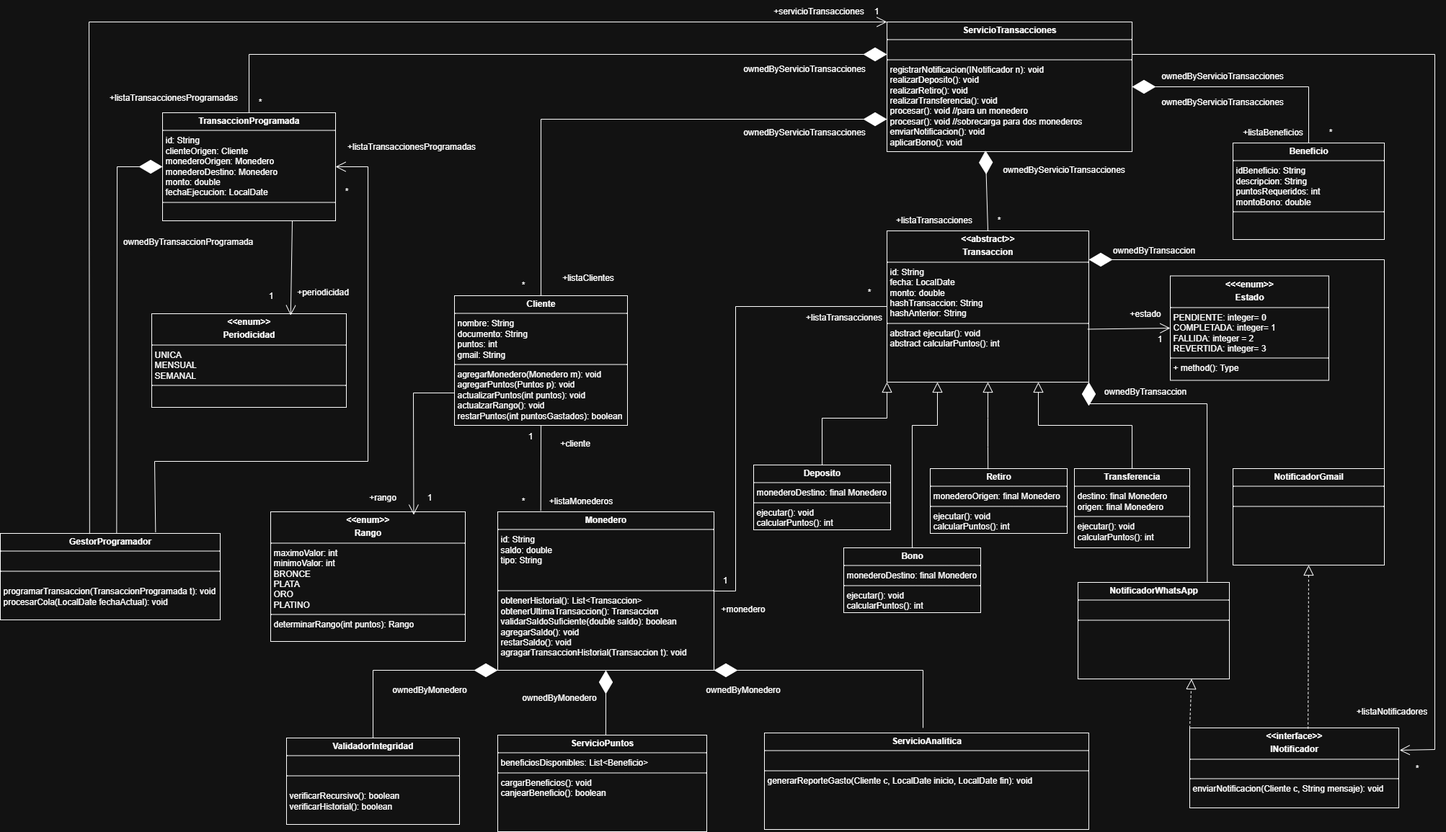
Before: Diagrama UML.png, a diagram exported from draw.io (MiguelGarciaVilla/ProyectoFinalMonedero). Source tidied: cells renumbered, new cells last; positions are measured from the earlier drawing's top-left corner, leaving out a move shared by most shapes.
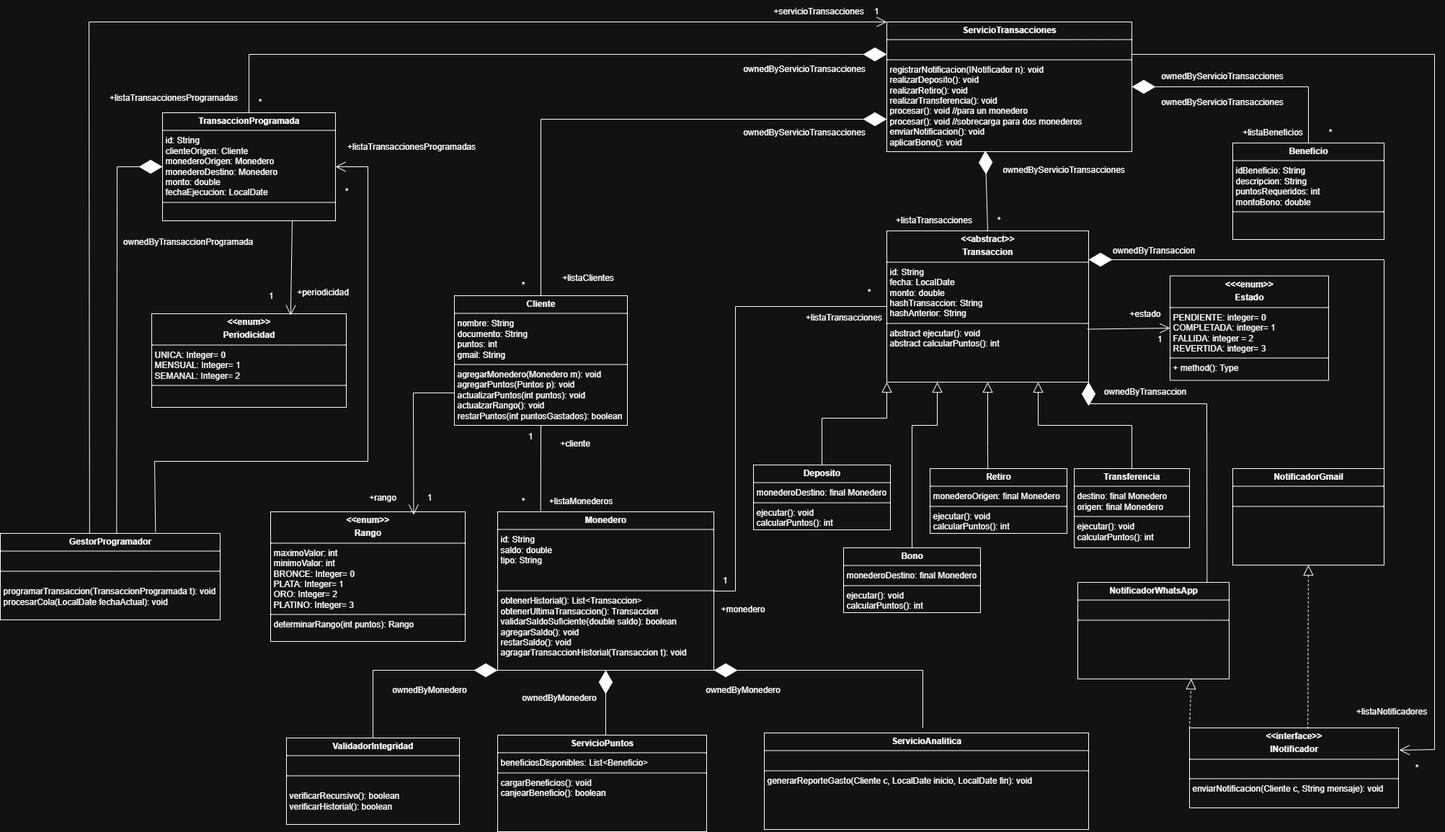
The same file after the commit.

Commit message:
Diagrama Corregido

Change to the diagram source:
```diff
@@ -11,7 +11,7 @@
     <mxCell id="4" value="&lt;p style=&quot;margin:0px;margin-top:4px;text-align:center;&quot;&gt;&lt;b&gt;&amp;lt;&amp;lt;abstract&amp;gt;&amp;gt;&lt;/b&gt;&lt;/p&gt;&lt;p style=&quot;margin:0px;margin-top:4px;text-align:center;&quot;&gt;&lt;b&gt;Transaccion&lt;/b&gt;&lt;/p&gt;&lt;hr size=&quot;1&quot; style=&quot;border-style:solid;&quot;&gt;&lt;p style=&quot;margin:0px;margin-left:4px;&quot;&gt;id: String&lt;/p&gt;&lt;p style=&quot;margin:0px;margin-left:4px;&quot;&gt;fecha: LocalDate&lt;/p&gt;&lt;p style=&quot;margin:0px;margin-left:4px;&quot;&gt;monto: double&lt;/p&gt;&lt;p style=&quot;margin:0px;margin-left:4px;&quot;&gt;hashTransaccion: String&lt;/p&gt;&lt;p style=&quot;margin:0px;margin-left:4px;&quot;&gt;hashAnterior: String&lt;/p&gt;&lt;hr size=&quot;1&quot; style=&quot;border-style:solid;&quot;&gt;&lt;p style=&quot;margin:0px;margin-left:4px;&quot;&gt;&lt;span style=&quot;background-color: transparent; color: light-dark(rgb(0, 0, 0), rgb(255, 255, 255));&quot;&gt;abstract&lt;/span&gt;&lt;span style=&quot;background-color: transparent; color: light-dark(rgb(0, 0, 0), rgb(255, 255, 255));&quot;&gt;&amp;nbsp;&lt;/span&gt;ejecutar(): void&lt;/p&gt;&lt;p style=&quot;margin:0px;margin-left:4px;&quot;&gt;&lt;span style=&quot;background-color: transparent; color: light-dark(rgb(0, 0, 0), rgb(255, 255, 255));&quot;&gt;abstract&lt;/span&gt;&lt;span style=&quot;background-color: transparent; color: light-dark(rgb(0, 0, 0), rgb(255, 255, 255));&quot;&gt;&amp;nbsp;&lt;/span&gt;calcularPuntos(): int&lt;/p&gt;" style="verticalAlign=top;align=left;overflow=fill;html=1;whiteSpace=wrap;" parent="1" vertex="1">
       <mxGeometry x="1230" y="320" width="280" height="210" as="geometry" />
     </mxCell>
-    <mxCell id="5" value="&lt;p style=&quot;margin:0px;margin-top:4px;text-align:center;&quot;&gt;&lt;b&gt;&amp;lt;&amp;lt;enum&amp;gt;&amp;gt;&lt;/b&gt;&lt;/p&gt;&lt;p style=&quot;margin:0px;margin-top:4px;text-align:center;&quot;&gt;&lt;b&gt;Rango&lt;/b&gt;&lt;/p&gt;&lt;hr size=&quot;1&quot; style=&quot;border-style:solid;&quot;&gt;&lt;p style=&quot;margin:0px;margin-left:4px;&quot;&gt;maximoValor: int&lt;/p&gt;&lt;p style=&quot;margin:0px;margin-left:4px;&quot;&gt;minimoValor: int&lt;/p&gt;&lt;p style=&quot;margin:0px;margin-left:4px;&quot;&gt;BRONCE&lt;br&gt;PLATA&lt;br&gt;ORO&lt;br&gt;PLATINO&lt;/p&gt;&lt;hr size=&quot;1&quot; style=&quot;border-style:solid;&quot;&gt;&lt;p style=&quot;margin:0px;margin-left:4px;&quot;&gt;determinarRango(int puntos): Rango&lt;/p&gt;" style="verticalAlign=top;align=left;overflow=fill;html=1;whiteSpace=wrap;" parent="1" vertex="1">
+    <mxCell id="5" value="&lt;p style=&quot;margin:0px;margin-top:4px;text-align:center;&quot;&gt;&lt;b&gt;&amp;lt;&amp;lt;enum&amp;gt;&amp;gt;&lt;/b&gt;&lt;/p&gt;&lt;p style=&quot;margin:0px;margin-top:4px;text-align:center;&quot;&gt;&lt;b&gt;Rango&lt;/b&gt;&lt;/p&gt;&lt;hr size=&quot;1&quot; style=&quot;border-style:solid;&quot;&gt;&lt;p style=&quot;margin:0px;margin-left:4px;&quot;&gt;maximoValor: int&lt;/p&gt;&lt;p style=&quot;margin:0px;margin-left:4px;&quot;&gt;minimoValor: int&lt;/p&gt;&lt;p style=&quot;margin:0px;margin-left:4px;&quot;&gt;BRONCE: Integer= 0&lt;br&gt;PLATA: Integer= 1&lt;br&gt;ORO: Integer= 2&lt;br&gt;PLATINO: Integer= 3&lt;/p&gt;&lt;hr size=&quot;1&quot; style=&quot;border-style:solid;&quot;&gt;&lt;p style=&quot;margin:0px;margin-left:4px;&quot;&gt;determinarRango(int puntos): Rango&lt;/p&gt;" style="verticalAlign=top;align=left;overflow=fill;html=1;whiteSpace=wrap;" parent="1" vertex="1">
       <mxGeometry x="375" y="710" width="270" height="180" as="geometry" />
     </mxCell>
     <mxCell id="6" value="&lt;p style=&quot;margin:0px;margin-top:4px;text-align:center;&quot;&gt;&lt;b&gt;Monedero&lt;/b&gt;&lt;/p&gt;&lt;hr size=&quot;1&quot; style=&quot;border-style:solid;&quot;&gt;&lt;p style=&quot;margin:0px;margin-left:4px;&quot;&gt;id: String&lt;/p&gt;&lt;p style=&quot;margin:0px;margin-left:4px;&quot;&gt;saldo: double&lt;/p&gt;&lt;p style=&quot;margin:0px;margin-left:4px;&quot;&gt;tipo: String&lt;/p&gt;&lt;p style=&quot;margin:0px;margin-left:4px;&quot;&gt;&lt;br&gt;&lt;/p&gt;&lt;p style=&quot;margin:0px;margin-left:4px;&quot;&gt;&lt;br&gt;&lt;/p&gt;&lt;hr size=&quot;1&quot; style=&quot;border-style:solid;&quot;&gt;&lt;p style=&quot;margin:0px;margin-left:4px;&quot;&gt;obtenerHistorial(): List&amp;lt;Transaccion&amp;gt;&lt;/p&gt;&lt;p style=&quot;margin:0px;margin-left:4px;&quot;&gt;obtenerUltimaTransaccion(): Transaccion&lt;/p&gt;&lt;p style=&quot;margin:0px;margin-left:4px;&quot;&gt;validarSaldoSuficiente(double saldo): boolean&lt;/p&gt;&lt;p style=&quot;margin:0px;margin-left:4px;&quot;&gt;agregarSaldo(): void&lt;/p&gt;&lt;p style=&quot;margin:0px;margin-left:4px;&quot;&gt;restarSaldo(): void&lt;/p&gt;&lt;p style=&quot;margin:0px;margin-left:4px;&quot;&gt;agragarTransaccionHistorial(Transaccion t): void&lt;/p&gt;&lt;p style=&quot;margin:0px;margin-left:4px;&quot;&gt;&lt;br&gt;&lt;/p&gt;" style="verticalAlign=top;align=left;overflow=fill;html=1;whiteSpace=wrap;" parent="1" vertex="1">
@@ -142,7 +142,7 @@
     <mxCell id="38" value="&lt;p style=&quot;margin:0px;margin-top:4px;text-align:center;&quot;&gt;&lt;b&gt;ServicioPuntos&lt;/b&gt;&lt;/p&gt;&lt;hr size=&quot;1&quot; style=&quot;border-style:solid;&quot;&gt;&lt;p style=&quot;margin:0px;margin-left:4px;&quot;&gt;beneficiosDisponibles: List&amp;lt;Beneficio&amp;gt;&lt;/p&gt;&lt;hr size=&quot;1&quot; style=&quot;border-style:solid;&quot;&gt;&lt;p style=&quot;margin:0px;margin-left:4px;&quot;&gt;cargarBeneficios(): void&lt;/p&gt;&lt;p style=&quot;margin:0px;margin-left:4px;&quot;&gt;canjearBeneficio(): boolean&lt;/p&gt;&lt;p style=&quot;margin:0px;margin-left:4px;&quot;&gt;&lt;br&gt;&lt;/p&gt;" style="verticalAlign=top;align=left;overflow=fill;html=1;whiteSpace=wrap;" parent="1" vertex="1">
       <mxGeometry x="690" y="1020" width="290" height="134" as="geometry" />
     </mxCell>
-    <mxCell id="39" value="&lt;p style=&quot;margin:0px;margin-top:4px;text-align:center;&quot;&gt;&lt;b&gt;&amp;lt;&amp;lt;enum&amp;gt;&amp;gt;&lt;/b&gt;&lt;/p&gt;&lt;p style=&quot;margin:0px;margin-top:4px;text-align:center;&quot;&gt;&lt;b&gt;Periodicidad&lt;/b&gt;&lt;/p&gt;&lt;hr size=&quot;1&quot; style=&quot;border-style:solid;&quot;&gt;&lt;p style=&quot;margin:0px;margin-left:4px;&quot;&gt;UNICA&lt;br&gt;MENSUAL&lt;br&gt;SEMANAL&lt;/p&gt;&lt;hr size=&quot;1&quot; style=&quot;border-style:solid;&quot;&gt;&lt;p style=&quot;margin:0px;margin-left:4px;&quot;&gt;&lt;br&gt;&lt;/p&gt;" style="verticalAlign=top;align=left;overflow=fill;html=1;whiteSpace=wrap;" parent="1" vertex="1">
+    <mxCell id="39" value="&lt;p style=&quot;margin:0px;margin-top:4px;text-align:center;&quot;&gt;&lt;b&gt;&amp;lt;&amp;lt;enum&amp;gt;&amp;gt;&lt;/b&gt;&lt;/p&gt;&lt;p style=&quot;margin:0px;margin-top:4px;text-align:center;&quot;&gt;&lt;b&gt;Periodicidad&lt;/b&gt;&lt;/p&gt;&lt;hr size=&quot;1&quot; style=&quot;border-style:solid;&quot;&gt;&lt;p style=&quot;margin:0px;margin-left:4px;&quot;&gt;UNICA: Integer= 0&lt;br&gt;MENSUAL: Integer= 1&lt;br&gt;SEMANAL: Integer= 2&lt;/p&gt;&lt;hr size=&quot;1&quot; style=&quot;border-style:solid;&quot;&gt;&lt;p style=&quot;margin:0px;margin-left:4px;&quot;&gt;&lt;br&gt;&lt;/p&gt;" style="verticalAlign=top;align=left;overflow=fill;html=1;whiteSpace=wrap;" parent="1" vertex="1">
       <mxGeometry x="210" y="435" width="270" height="130" as="geometry" />
     </mxCell>
     <mxCell id="40" value="&lt;p style=&quot;margin:0px;margin-top:4px;text-align:center;&quot;&gt;&lt;b&gt;TransaccionProgramada&lt;/b&gt;&lt;/p&gt;&lt;hr size=&quot;1&quot; style=&quot;border-style:solid;&quot;&gt;&lt;p style=&quot;margin:0px;margin-left:4px;&quot;&gt;id: String&lt;/p&gt;&lt;p style=&quot;margin:0px;margin-left:4px;&quot;&gt;clienteOrigen: Cliente&lt;/p&gt;&lt;p style=&quot;margin:0px;margin-left:4px;&quot;&gt;monederoOrigen: Monedero&lt;/p&gt;&lt;p style=&quot;margin:0px;margin-left:4px;&quot;&gt;monederoDestino: Monedero&lt;/p&gt;&lt;p style=&quot;margin:0px;margin-left:4px;&quot;&gt;monto: double&lt;/p&gt;&lt;p style=&quot;margin:0px;margin-left:4px;&quot;&gt;fechaEjecucion: LocalDate&lt;/p&gt;&lt;hr size=&quot;1&quot; style=&quot;border-style:solid;&quot;&gt;&lt;p style=&quot;margin:0px;margin-left:4px;&quot;&gt;&lt;br&gt;&lt;/p&gt;" style="verticalAlign=top;align=left;overflow=fill;html=1;whiteSpace=wrap;" parent="1" vertex="1">
```
